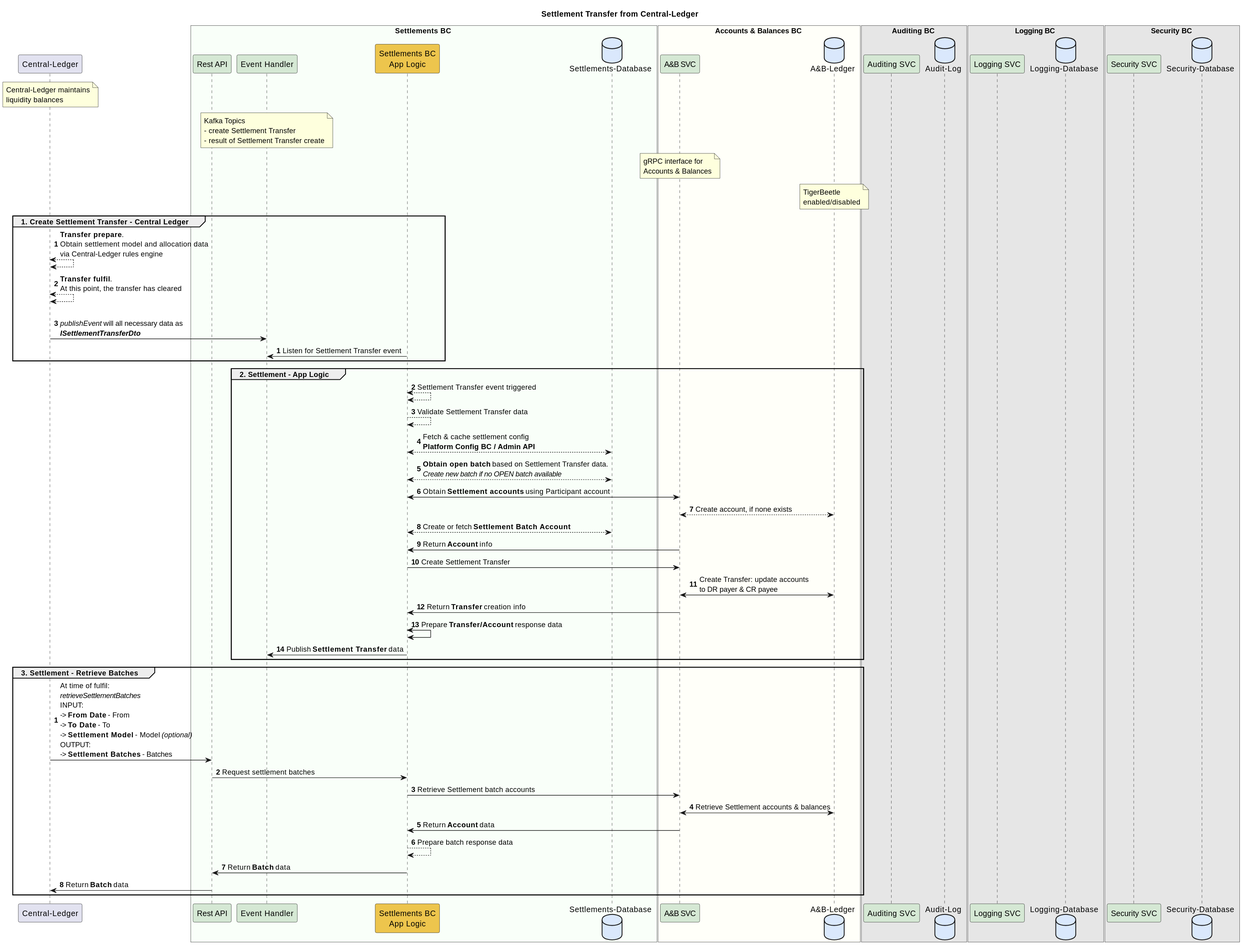
Before: docs/flows/01-settlement-transfer-cl.svg, a diagram exported from PlantUML (mojaloop/settlements-bc). Its diagram source:
```plantuml
@startuml
title Settlement Transfer from Central-Ledger

participant "Central-Ledger" as ext_cl
note over ext_cl
    Central-Ledger maintains
    liquidity balances
end note

box Settlements BC #F9FFF9
    participant "Rest API" as sbc_rest #D5E8D4
    participant "Event Handler" as sbc_event #D5E8D4
    note over sbc_event
        Kafka Topics
        - create Settlement Transfer
        - result of Settlement Transfer create
    end note
    participant "Settlements BC\nApp Logic" as sbc_app_logic #EDC54D
    database "Settlements-Database" as sbc_db #DAE8FC
end box

box Accounts & Balances BC #FFFFF9
    participant "A&B SVC" as abbc_grpc #D5E8D4
    database "A&B-Ledger" as abbc_tigerbeetle #DAE8FC
    note over abbc_grpc
        gRPC interface for
        Accounts & Balances
    end note
    note over abbc_tigerbeetle
        TigerBeetle
        enabled/disabled
    end note
end box

box Auditing BC #E6E6E6
    participant "Auditing SVC" as audit_svc #D5E8D4
    database "Audit-Log" as audit_db #DAE8FC
end box

box Logging BC #E6E6E6
    participant "Logging SVC" as logging_svc #D5E8D4
    database "Logging-Database" as logging_db #DAE8FC
end box

box Security BC #E6E6E6
    participant "Security SVC" as security_svc #D5E8D4
    database "Security-Database" as security_db #DAE8FC
end box

group 1. Create Settlement Transfer - Central Ledger
autonumber
    ext_cl <--> ext_cl : **Transfer prepare**. \nObtain settlement model and allocation data\nvia Central-Ledger rules engine
    ext_cl <--> ext_cl : **Transfer fulfil**. \nAt this point, the transfer has cleared
    ext_cl -> sbc_event : \n//publishEvent// will all necessary data as\n**//ISettlementTransferDto//**
autonumber
    sbc_app_logic -> sbc_event : Listen for Settlement Transfer event
end

group 2. Settlement - App Logic
    sbc_app_logic <--> sbc_app_logic: Settlement Transfer event triggered
    sbc_app_logic --> sbc_app_logic : Validate Settlement Transfer data
    sbc_app_logic <--> sbc_db : Fetch & cache settlement config\n**Platform Config BC / Admin API**
    sbc_app_logic <--> sbc_db : **Obtain open batch** based on Settlement Transfer data.\n//Create new batch if no OPEN batch available//
    sbc_app_logic <-> abbc_grpc : Obtain **Settlement accounts** using Participant account
    abbc_grpc <--> abbc_tigerbeetle : Create account, if none exists
    sbc_app_logic <--> sbc_db : Create or fetch **Settlement Batch Account**
    abbc_grpc -> sbc_app_logic : Return **Account** info
    sbc_app_logic -> abbc_grpc: Create Settlement Transfer
    abbc_grpc <-> abbc_tigerbeetle: Create Transfer: update accounts \nto DR payer & CR payee
    abbc_grpc -> sbc_app_logic : Return **Transfer** creation info
    sbc_app_logic <-> sbc_app_logic: Prepare **Transfer/Account** response data
    sbc_app_logic -> sbc_event : Publish **Settlement Transfer** data
end

group 3. Settlement - Retrieve Batches
autonumber
    ext_cl -> sbc_rest : At time of fulfil:\n//retrieveSettlementBatches// \nINPUT:\n-> **From Date** - From\n-> **To Date** - To\n-> **Settlement Model** - Model //(optional)//\nOUTPUT:\n-> **Settlement Batches** - Batches
    sbc_rest -> sbc_app_logic : Request settlement batches
    sbc_app_logic -> abbc_grpc : Retrieve Settlement batch accounts
    abbc_grpc <-> abbc_tigerbeetle : Retrieve Settlement accounts & balances
    abbc_grpc -> sbc_app_logic : Return **Account** data
    sbc_app_logic --> sbc_app_logic : Prepare batch response data
    sbc_app_logic -> sbc_rest : Return **Batch** data
    sbc_rest -> ext_cl : Return **Batch** data
autonumber

end
@enduml
```
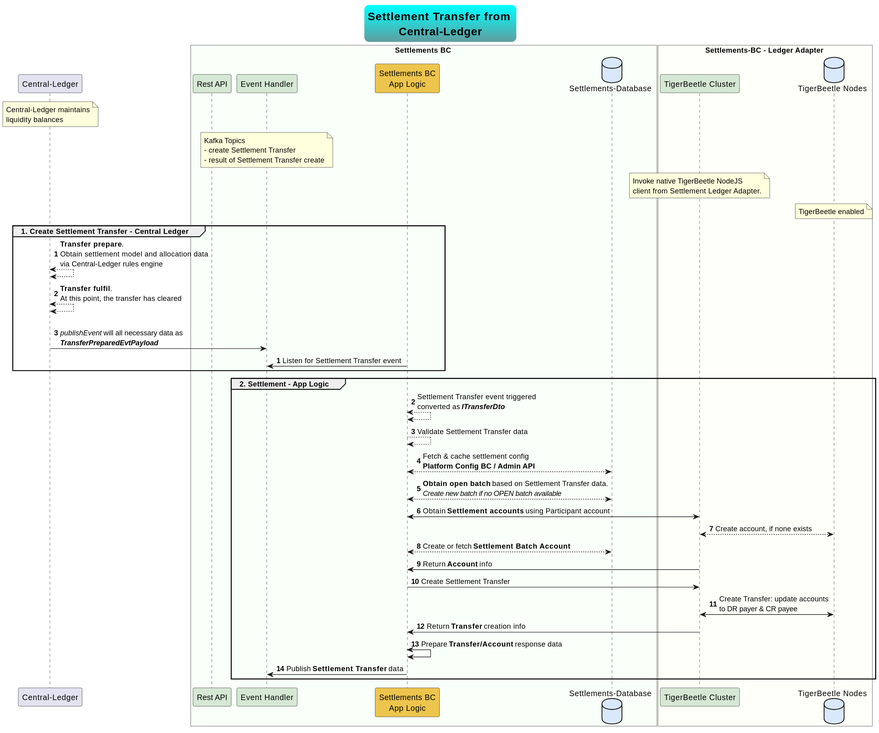
The same file after the commit.

Diff of the diagram source:
```diff
@@ -1,5 +1,10 @@
 @startuml
-title Settlement Transfer from Central-Ledger
+skinparam TitleFontSize 20
+skinparam titleBorderRoundCorner 15
+skinparam titleBorderThickness 2
+skinparam titleBorderColor Aqua-CadetBlue
+skinparam titleBackgroundColor Aqua-CadetBlue
+title Settlement Transfer from \nCentral-Ledger
 
 participant "Central-Ledger" as ext_cl
 note over ext_cl
@@ -19,45 +24,29 @@
     database "Settlements-Database" as sbc_db #DAE8FC
 end box
 
-box Accounts & Balances BC #FFFFF9
-    participant "A&B SVC" as abbc_grpc #D5E8D4
-    database "A&B-Ledger" as abbc_tigerbeetle #DAE8FC
+box Settlements-BC - Ledger Adapter #FFFFF9
+    participant "TigerBeetle Cluster" as abbc_grpc #D5E8D4
+    database "TigerBeetle Nodes" as abbc_tigerbeetle #DAE8FC
     note over abbc_grpc
-        gRPC interface for
-        Accounts & Balances
+        Invoke native TigerBeetle NodeJS
+        client from Settlement Ledger Adapter.
     end note
     note over abbc_tigerbeetle
-        TigerBeetle
-        enabled/disabled
+        TigerBeetle enabled
     end note
-end box
-
-box Auditing BC #E6E6E6
-    participant "Auditing SVC" as audit_svc #D5E8D4
-    database "Audit-Log" as audit_db #DAE8FC
-end box
-
-box Logging BC #E6E6E6
-    participant "Logging SVC" as logging_svc #D5E8D4
-    database "Logging-Database" as logging_db #DAE8FC
-end box
-
-box Security BC #E6E6E6
-    participant "Security SVC" as security_svc #D5E8D4
-    database "Security-Database" as security_db #DAE8FC
 end box
 
 group 1. Create Settlement Transfer - Central Ledger
 autonumber
     ext_cl <--> ext_cl : **Transfer prepare**. \nObtain settlement model and allocation data\nvia Central-Ledger rules engine
     ext_cl <--> ext_cl : **Transfer fulfil**. \nAt this point, the transfer has cleared
-    ext_cl -> sbc_event : \n//publishEvent// will all necessary data as\n**//ISettlementTransferDto//**
+    ext_cl -> sbc_event : \n//publishEvent// will all necessary data as\n**//TransferPreparedEvtPayload//**
 autonumber
     sbc_app_logic -> sbc_event : Listen for Settlement Transfer event
 end
 
 group 2. Settlement - App Logic
-    sbc_app_logic <--> sbc_app_logic: Settlement Transfer event triggered
+    sbc_app_logic <--> sbc_app_logic: Settlement Transfer event triggered\nconverted as **//ITransferDto//**
     sbc_app_logic --> sbc_app_logic : Validate Settlement Transfer data
     sbc_app_logic <--> sbc_db : Fetch & cache settlement config\n**Platform Config BC / Admin API**
     sbc_app_logic <--> sbc_db : **Obtain open batch** based on Settlement Transfer data.\n//Create new batch if no OPEN batch available//
@@ -71,18 +60,4 @@
     sbc_app_logic <-> sbc_app_logic: Prepare **Transfer/Account** response data
     sbc_app_logic -> sbc_event : Publish **Settlement Transfer** data
 end
-
-group 3. Settlement - Retrieve Batches
-autonumber
-    ext_cl -> sbc_rest : At time of fulfil:\n//retrieveSettlementBatches// \nINPUT:\n-> **From Date** - From\n-> **To Date** - To\n-> **Settlement Model** - Model //(optional)//\nOUTPUT:\n-> **Settlement Batches** - Batches
-    sbc_rest -> sbc_app_logic : Request settlement batches
-    sbc_app_logic -> abbc_grpc : Retrieve Settlement batch accounts
-    abbc_grpc <-> abbc_tigerbeetle : Retrieve Settlement accounts & balances
-    abbc_grpc -> sbc_app_logic : Return **Account** data
-    sbc_app_logic --> sbc_app_logic : Prepare batch response data
-    sbc_app_logic -> sbc_rest : Return **Batch** data
-    sbc_rest -> ext_cl : Return **Batch** data
-autonumber
-
-end
 @enduml
```
